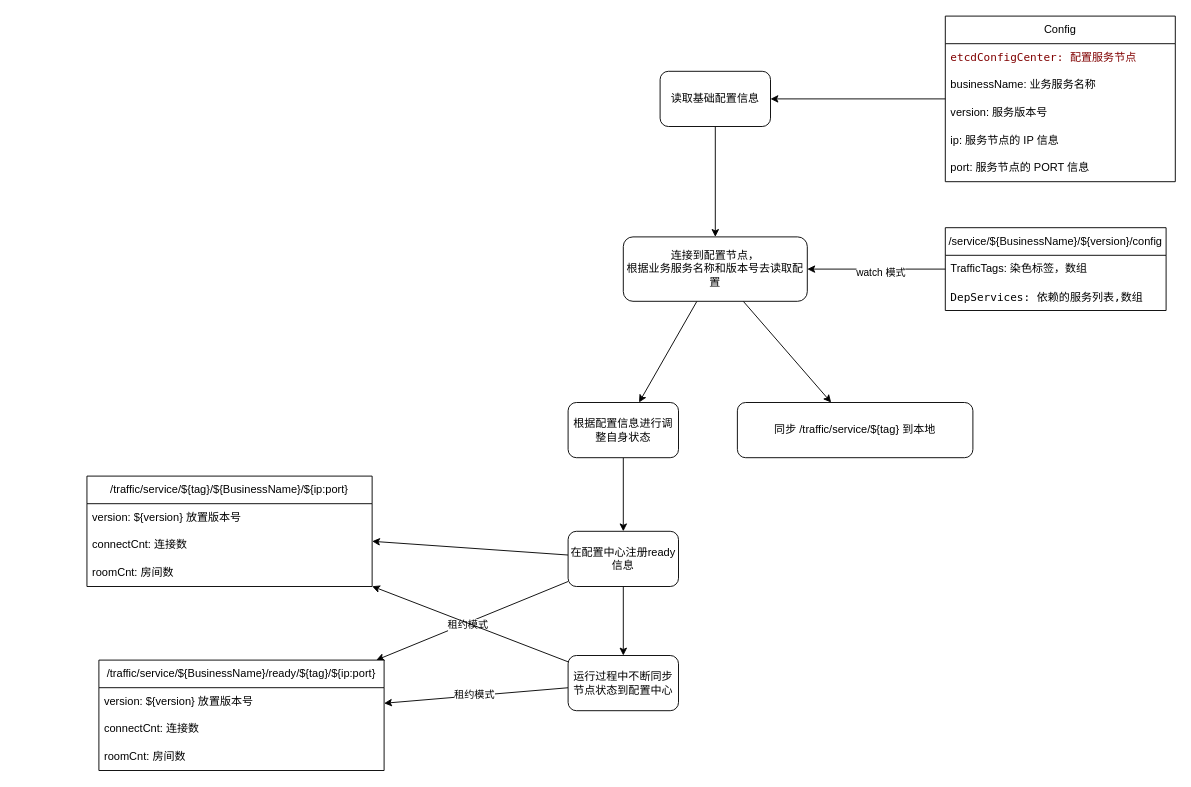
Earlier version of the draw.io diagram _docs/architect/loadConfig_updateState.drawio (ruandao/distribute-im-gateway). Source tidied: cells renumbered, new cells numbered last; positions are measured from the earlier drawing's top-left corner, leaving out a move shared by most shapes. Both pictures are drawn from the tidied source at 92%, with x=0, y=0 at pixel (86, 16).
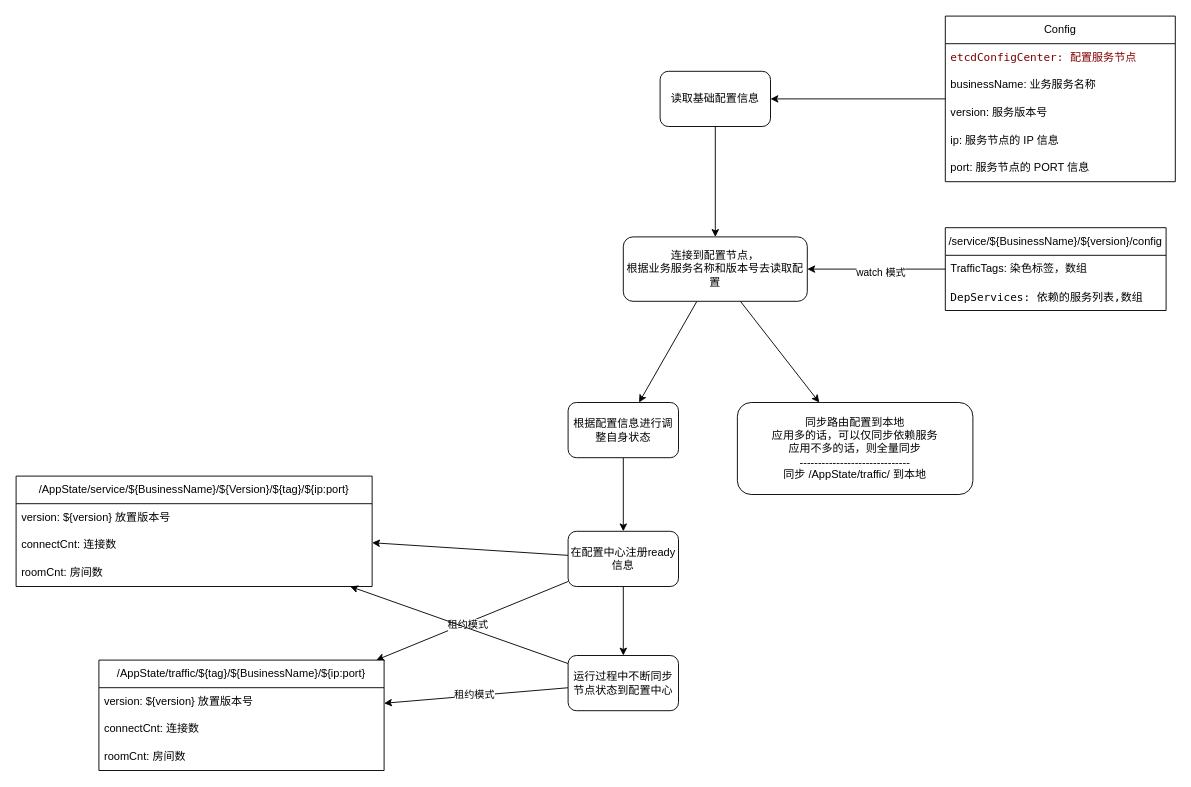
The same page after the edit.

Commit message (it also covers changes not shown here):
更新路由同步图例

Diff of the diagram source:
```diff
@@
-    <mxCell id="26" value="&lt;span style=&quot;color: rgb(0, 0, 0);&quot;&gt;/traffic/service/${BusinessName}/ready/${tag}/${ip:port}&lt;/span&gt;" style="swimlane;fontStyle=0;horizontal=1;startSize=30;whiteSpace=wrap;html=1;" parent="1" vertex="1">
+    <mxCell id="26" value="&lt;span style=&quot;color: rgb(0, 0, 0);&quot;&gt;/AppState/traffic/${tag}/${BusinessName}/${ip:port}&lt;/span&gt;" style="swimlane;fontStyle=0;horizontal=1;startSize=30;whiteSpace=wrap;html=1;" parent="1" vertex="1">
       <mxGeometry x="13" y="700" width="310" height="120" as="geometry" />
     </mxCell>
@@
-    <mxCell id="34" value="&lt;span style=&quot;color: rgb(0, 0, 0);&quot;&gt;/traffic/service/${tag}/${BusinessName}/${ip:port}&lt;/span&gt;" style="swimlane;fontStyle=0;horizontal=1;startSize=30;whiteSpace=wrap;html=1;" parent="1" vertex="1">
-      <mxGeometry y="500" width="310" height="120" as="geometry" />
+    <mxCell id="34" value="&lt;span style=&quot;color: rgb(0, 0, 0);&quot;&gt;/AppState/service/${BusinessName}/${Version}/${tag}/${ip:port}&lt;/span&gt;" style="swimlane;fontStyle=0;horizontal=1;startSize=30;whiteSpace=wrap;html=1;" parent="1" vertex="1">
+      <mxGeometry x="-77" y="500" width="387" height="120" as="geometry" />
     </mxCell>
     <mxCell id="35" value="version: ${version} 放置版本号" style="text;strokeColor=none;fillColor=none;align=left;verticalAlign=middle;spacingLeft=4;spacingRight=4;overflow=hidden;whiteSpace=wrap;html=1;" parent="34" vertex="1">
-      <mxGeometry y="30" width="310" height="30" as="geometry" />
+      <mxGeometry y="30" width="387" height="30" as="geometry" />
     </mxCell>
     <mxCell id="36" value="connectCnt: 连接数" style="text;strokeColor=none;fillColor=none;align=left;verticalAlign=middle;spacingLeft=4;spacingRight=4;overflow=hidden;whiteSpace=wrap;html=1;" parent="34" vertex="1">
-      <mxGeometry y="60" width="310" height="30" as="geometry" />
+      <mxGeometry y="60" width="387" height="30" as="geometry" />
     </mxCell>
     <mxCell id="37" value="roomCnt: 房间数" style="text;strokeColor=none;fillColor=none;align=left;verticalAlign=middle;spacingLeft=4;spacingRight=4;overflow=hidden;whiteSpace=wrap;html=1;" parent="34" vertex="1">
-      <mxGeometry y="90" width="310" height="30" as="geometry" />
+      <mxGeometry y="90" width="387" height="30" as="geometry" />
     </mxCell>
-    <mxCell id="38" value="同步 /traffic/service/${tag} 到本地" style="rounded=1;whiteSpace=wrap;html=1;" parent="1" vertex="1">
-      <mxGeometry x="707" y="420" width="256" height="60" as="geometry" />
+    <mxCell id="38" value="同步路由配置到本地&lt;div&gt;应用多的话，可以仅同步依赖服务&lt;br&gt;应用不多的话，则全量同步&lt;br&gt;------------------------------&lt;/div&gt;&lt;div&gt;同步&amp;nbsp;&lt;span style=&quot;color: rgb(0, 0, 0);&quot;&gt;/AppState/traffic&lt;/span&gt;/ 到本地&lt;br&gt;&lt;/div&gt;" style="rounded=1;whiteSpace=wrap;html=1;" parent="1" vertex="1">
+      <mxGeometry x="707" y="420" width="256" height="100" as="geometry" />
     </mxCell>
```
